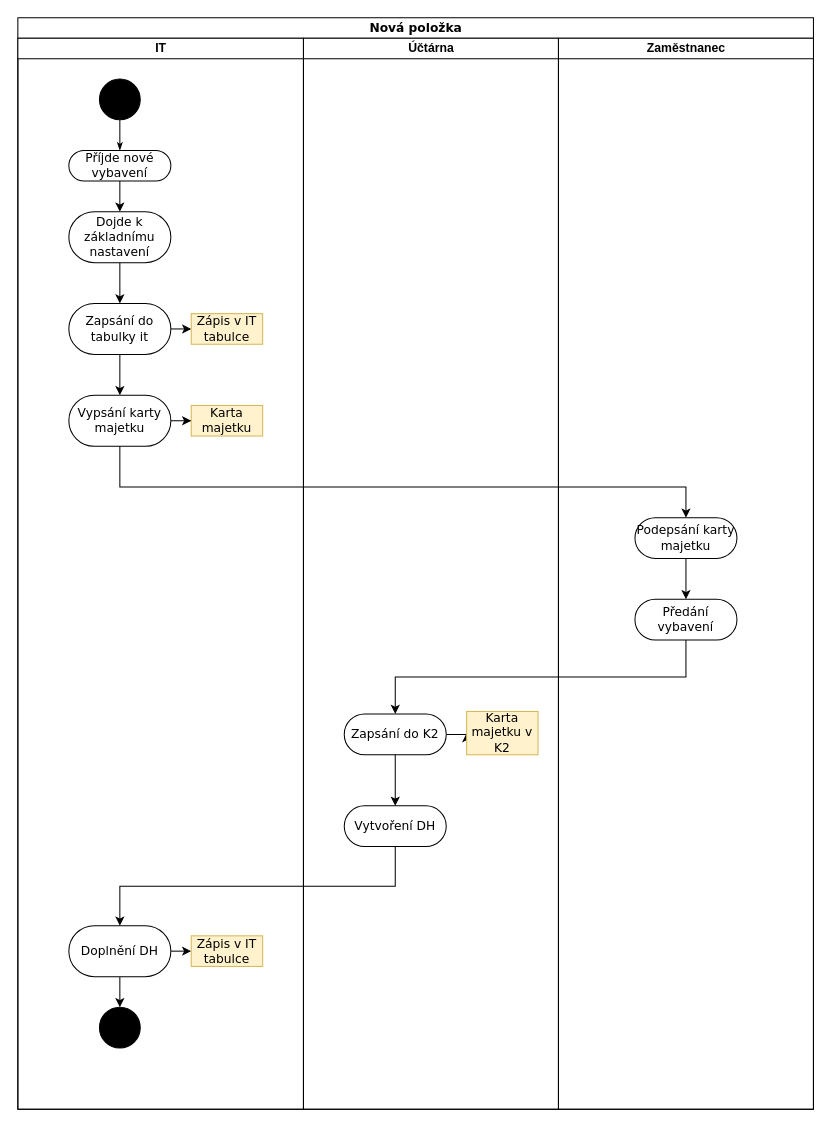
Above: page "Nová položka - legacy" (1 of 3) of UML - Inventar.drawio in horeckyj/drawio (draw.io), before the change. Source tidied: cells renumbered, new cells numbered last; positions are measured from the earlier drawing's top-left corner, leaving out a move shared by most shapes. Both pictures are drawn from the tidied source at 102%, with x=0, y=0 at pixel (17, 17).
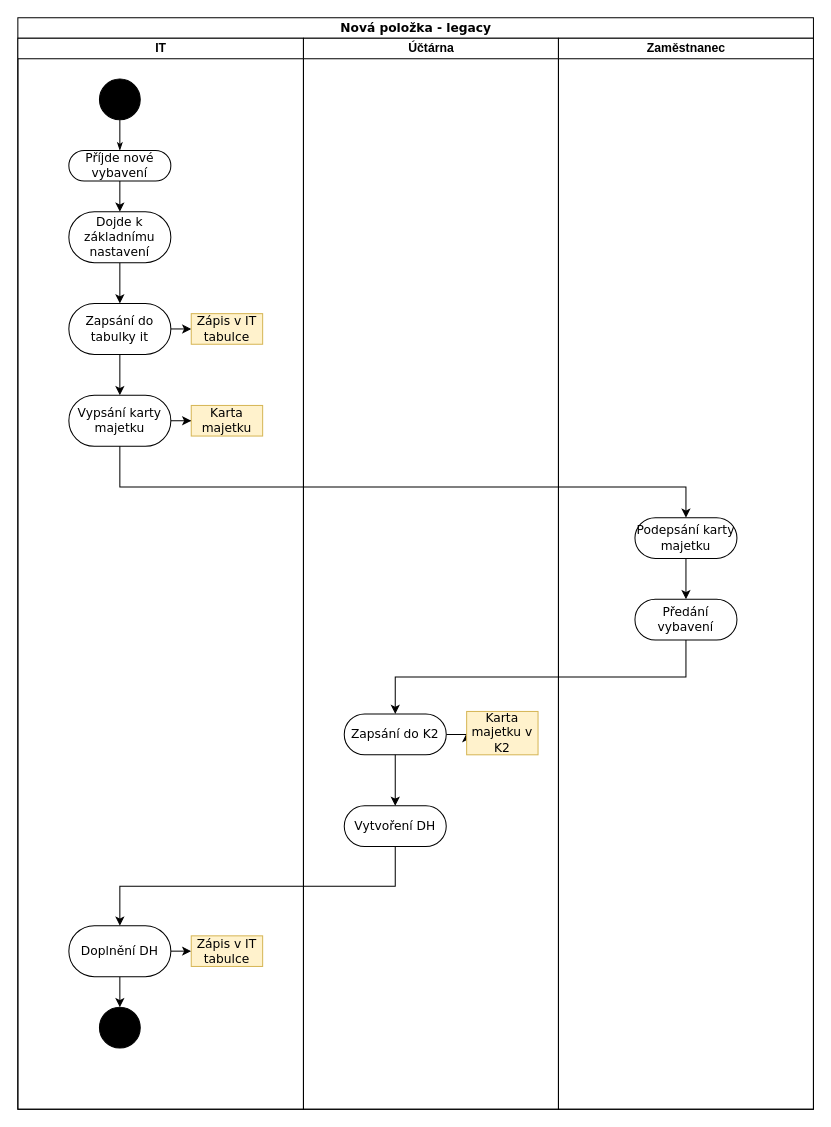
After the change.

What changed in the source:
```diff
@@
-    <mxCell id="2" value="Nová položka" style="swimlane;html=1;startSize=20;rounded=0;shadow=0;comic=0;labelBackgroundColor=none;strokeWidth=1;fontFamily=Verdana;fontSize=12;align=center;" parent="1" vertex="1">
+    <mxCell id="2" value="Nová položka - legacy" style="swimlane;html=1;startSize=20;rounded=0;shadow=0;comic=0;labelBackgroundColor=none;strokeWidth=1;fontFamily=Verdana;fontSize=12;align=center;" parent="1" vertex="1">
       <mxGeometry width="780" height="1070" as="geometry" />
     </mxCell>
```
